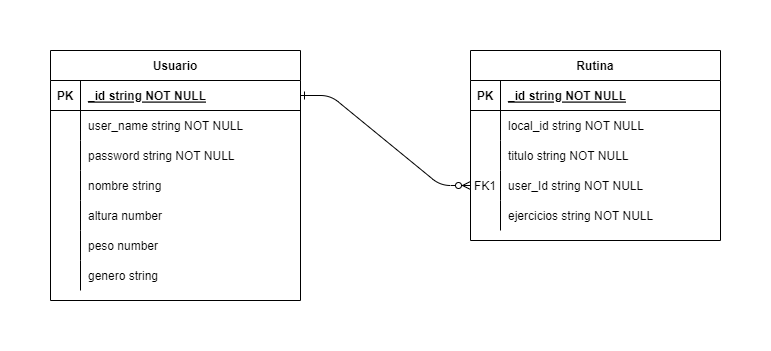
Before: assets/gymDiagram.drawio.png, a diagram exported from draw.io (Elias288/Gym_App). Source tidied: cells renumbered, new cells last; positions are measured from the earlier drawing's top-left corner, leaving out a move shared by most shapes.
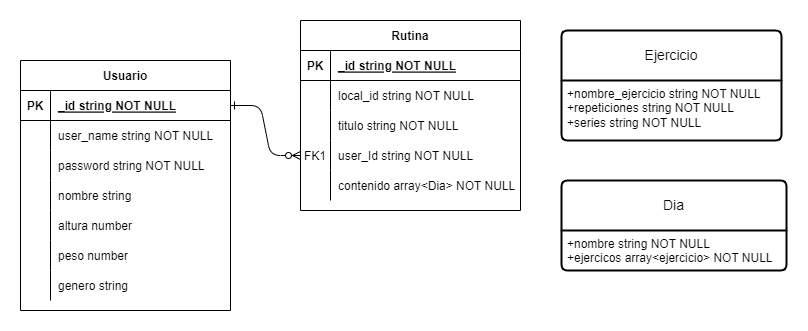
After the commit.

Diff of the diagram source:
```diff
@@ -2,122 +2,134 @@
   <root>
     <mxCell id="0" />
     <mxCell id="1" parent="0" />
-    <mxCell id="2" style="edgeStyle=entityRelationEdgeStyle;endArrow=ERzeroToMany;startArrow=ERone;endFill=1;startFill=0;" parent="1" edge="1" source="20" target="13">
-      <mxGeometry relative="1" as="geometry" />
-    </mxCell>
+    <mxCell id="41" style="edgeStyle=entityRelationEdgeStyle;endArrow=ERzeroToMany;startArrow=ERone;endFill=1;startFill=0;" parent="1" edge="1" source="42" target="62">
+      <mxGeometry relative="1" as="geometry" />
+    </mxCell>
+    <mxCell id="19" value="Usuario" style="shape=table;startSize=30;rowLines=0;fontStyle=1;align=center;" parent="1" vertex="1">
+      <mxGeometry width="210" height="250" as="geometry" />
+    </mxCell>
+    <mxCell id="42" style="shape=partialRectangle;fillColor=none;points=[[0,0.5],[1,0.5]];portConstraint=eastwest;top=0;left=0;right=0;bottom=1;" parent="19" vertex="1">
+      <mxGeometry y="30" width="210" height="30" as="geometry" />
+    </mxCell>
+    <mxCell id="43" value="PK" style="shape=partialRectangle;overflow=hidden;fillColor=none;top=0;left=0;bottom=0;right=0;fontStyle=1;" parent="42" vertex="1">
+      <mxGeometry width="30" height="30" as="geometry" />
+    </mxCell>
+    <mxCell id="22" value="_id string NOT NULL " style="shape=partialRectangle;overflow=hidden;fillColor=none;top=0;left=0;bottom=0;right=0;align=left;spacingLeft=6;fontStyle=5;" parent="42" vertex="1">
+      <mxGeometry x="30" width="180" height="30" as="geometry" />
+    </mxCell>
+    <mxCell id="44" style="shape=partialRectangle;fillColor=none;top=0;left=0;right=0;bottom=0;" parent="19" vertex="1">
+      <mxGeometry y="60" width="210" height="30" as="geometry" />
+    </mxCell>
+    <mxCell id="45" style="shape=partialRectangle;overflow=hidden;fillColor=none;top=0;left=0;bottom=0;right=0;" parent="44" vertex="1">
+      <mxGeometry width="30" height="30" as="geometry" />
+    </mxCell>
+    <mxCell id="25" value="user_name string NOT NULL" style="shape=partialRectangle;overflow=hidden;fillColor=none;top=0;left=0;bottom=0;right=0;align=left;spacingLeft=6;" parent="44" vertex="1">
+      <mxGeometry x="30" width="180" height="30" as="geometry" />
+    </mxCell>
+    <mxCell id="46" style="shape=partialRectangle;fillColor=none;top=0;left=0;right=0;bottom=0;" parent="19" vertex="1">
+      <mxGeometry y="90" width="210" height="30" as="geometry" />
+    </mxCell>
+    <mxCell id="47" style="shape=partialRectangle;overflow=hidden;fillColor=none;top=0;left=0;bottom=0;right=0;" parent="46" vertex="1">
+      <mxGeometry width="30" height="30" as="geometry" />
+    </mxCell>
+    <mxCell id="28" value="password string NOT NULL" style="shape=partialRectangle;overflow=hidden;fillColor=none;top=0;left=0;bottom=0;right=0;align=left;spacingLeft=6;" parent="46" vertex="1">
+      <mxGeometry x="30" width="180" height="30" as="geometry" />
+    </mxCell>
+    <mxCell id="48" style="shape=partialRectangle;fillColor=none;top=0;left=0;right=0;bottom=0;" parent="19" vertex="1">
+      <mxGeometry y="120" width="210" height="30" as="geometry" />
+    </mxCell>
+    <mxCell id="49" style="shape=partialRectangle;overflow=hidden;fillColor=none;top=0;left=0;bottom=0;right=0;" parent="48" vertex="1">
+      <mxGeometry width="30" height="30" as="geometry" />
+    </mxCell>
+    <mxCell id="31" value="nombre string" style="shape=partialRectangle;overflow=hidden;fillColor=none;top=0;left=0;bottom=0;right=0;align=left;spacingLeft=6;" parent="48" vertex="1">
+      <mxGeometry x="30" width="180" height="30" as="geometry" />
+    </mxCell>
+    <mxCell id="50" style="shape=partialRectangle;fillColor=none;top=0;left=0;right=0;bottom=0;" parent="19" vertex="1">
+      <mxGeometry y="150" width="210" height="30" as="geometry" />
+    </mxCell>
+    <mxCell id="51" style="shape=partialRectangle;overflow=hidden;fillColor=none;top=0;left=0;bottom=0;right=0;" parent="50" vertex="1">
+      <mxGeometry width="30" height="30" as="geometry" />
+    </mxCell>
+    <mxCell id="34" value="altura number" style="shape=partialRectangle;overflow=hidden;fillColor=none;top=0;left=0;bottom=0;right=0;align=left;spacingLeft=6;" parent="50" vertex="1">
+      <mxGeometry x="30" width="180" height="30" as="geometry" />
+    </mxCell>
+    <mxCell id="52" style="shape=partialRectangle;fillColor=none;top=0;left=0;right=0;bottom=0;" parent="19" vertex="1">
+      <mxGeometry y="180" width="210" height="30" as="geometry" />
+    </mxCell>
+    <mxCell id="53" style="shape=partialRectangle;overflow=hidden;fillColor=none;top=0;left=0;bottom=0;right=0;" parent="52" vertex="1">
+      <mxGeometry width="30" height="30" as="geometry" />
+    </mxCell>
+    <mxCell id="37" value="peso number" style="shape=partialRectangle;overflow=hidden;fillColor=none;top=0;left=0;bottom=0;right=0;align=left;spacingLeft=6;" parent="52" vertex="1">
+      <mxGeometry x="30" width="180" height="30" as="geometry" />
+    </mxCell>
+    <mxCell id="54" style="shape=partialRectangle;fillColor=none;top=0;left=0;right=0;bottom=0;" parent="19" vertex="1">
+      <mxGeometry y="210" width="210" height="30" as="geometry" />
+    </mxCell>
+    <mxCell id="55" style="shape=partialRectangle;overflow=hidden;fillColor=none;top=0;left=0;bottom=0;right=0;" parent="54" vertex="1">
+      <mxGeometry width="30" height="30" as="geometry" />
+    </mxCell>
+    <mxCell id="40" value="genero string" style="shape=partialRectangle;overflow=hidden;fillColor=none;top=0;left=0;bottom=0;right=0;align=left;spacingLeft=6;" parent="54" vertex="1">
+      <mxGeometry x="30" width="180" height="30" as="geometry" />
+    </mxCell>
     <mxCell id="3" value="Rutina" style="shape=table;startSize=30;rowLines=0;fontStyle=1;align=center;" parent="1" vertex="1">
-      <mxGeometry x="420" width="250" height="190" as="geometry" />
+      <mxGeometry x="280" y="-40" width="220" height="190" as="geometry" />
     </mxCell>
-    <mxCell id="4" style="shape=partialRectangle;fillColor=none;top=0;left=0;right=0;bottom=1;" parent="3" vertex="1">
-      <mxGeometry y="30" width="250" height="30" as="geometry" />
-    </mxCell>
-    <mxCell id="5" value="PK" style="shape=partialRectangle;overflow=hidden;fillColor=none;top=0;left=0;bottom=0;right=0;fontStyle=1;" parent="4" vertex="1">
-      <mxGeometry width="30" height="30" as="geometry" />
-    </mxCell>
+    <mxCell id="56" style="shape=partialRectangle;fillColor=none;top=0;left=0;right=0;bottom=1;" parent="3" vertex="1">
+      <mxGeometry y="30" width="220" height="30" as="geometry" />
+    </mxCell>
+    <mxCell id="57" value="PK" style="shape=partialRectangle;overflow=hidden;fillColor=none;top=0;left=0;bottom=0;right=0;fontStyle=1;" parent="56" vertex="1">
+      <mxGeometry width="30" height="30" as="geometry" />
+    </mxCell>
-    <mxCell id="6" value="_id string NOT NULL " style="shape=partialRectangle;overflow=hidden;fillColor=none;top=0;left=0;bottom=0;right=0;align=left;spacingLeft=6;fontStyle=5;" parent="4" vertex="1">
-      <mxGeometry x="30" width="220" height="30" as="geometry" />
+    <mxCell id="6" value="_id string NOT NULL " style="shape=partialRectangle;overflow=hidden;fillColor=none;top=0;left=0;bottom=0;right=0;align=left;spacingLeft=6;fontStyle=5;" parent="56" vertex="1">
+      <mxGeometry x="30" width="190" height="30" as="geometry" />
     </mxCell>
-    <mxCell id="7" style="shape=partialRectangle;fillColor=none;top=0;left=0;right=0;bottom=0;" parent="3" vertex="1">
-      <mxGeometry y="60" width="250" height="30" as="geometry" />
-    </mxCell>
-    <mxCell id="8" style="shape=partialRectangle;overflow=hidden;fillColor=none;top=0;left=0;bottom=0;right=0;" parent="7" vertex="1">
-      <mxGeometry width="30" height="30" as="geometry" />
-    </mxCell>
+    <mxCell id="58" style="shape=partialRectangle;fillColor=none;top=0;left=0;right=0;bottom=0;" parent="3" vertex="1">
+      <mxGeometry y="60" width="220" height="30" as="geometry" />
+    </mxCell>
+    <mxCell id="59" style="shape=partialRectangle;overflow=hidden;fillColor=none;top=0;left=0;bottom=0;right=0;" parent="58" vertex="1">
+      <mxGeometry width="30" height="30" as="geometry" />
+    </mxCell>
-    <mxCell id="9" value="local_id string NOT NULL" style="shape=partialRectangle;overflow=hidden;fillColor=none;top=0;left=0;bottom=0;right=0;align=left;spacingLeft=6;" parent="7" vertex="1">
-      <mxGeometry x="30" width="220" height="30" as="geometry" />
+    <mxCell id="9" value="local_id string NOT NULL" style="shape=partialRectangle;overflow=hidden;fillColor=none;top=0;left=0;bottom=0;right=0;align=left;spacingLeft=6;" parent="58" vertex="1">
+      <mxGeometry x="30" width="190" height="30" as="geometry" />
     </mxCell>
-    <mxCell id="10" style="shape=partialRectangle;fillColor=none;top=0;left=0;right=0;bottom=0;" parent="3" vertex="1">
-      <mxGeometry y="90" width="250" height="30" as="geometry" />
-    </mxCell>
-    <mxCell id="11" style="shape=partialRectangle;overflow=hidden;fillColor=none;top=0;left=0;bottom=0;right=0;" parent="10" vertex="1">
-      <mxGeometry width="30" height="30" as="geometry" />
-    </mxCell>
+    <mxCell id="60" style="shape=partialRectangle;fillColor=none;top=0;left=0;right=0;bottom=0;" parent="3" vertex="1">
+      <mxGeometry y="90" width="220" height="30" as="geometry" />
+    </mxCell>
+    <mxCell id="61" style="shape=partialRectangle;overflow=hidden;fillColor=none;top=0;left=0;bottom=0;right=0;" parent="60" vertex="1">
+      <mxGeometry width="30" height="30" as="geometry" />
+    </mxCell>
-    <mxCell id="12" value="titulo string NOT NULL" style="shape=partialRectangle;overflow=hidden;fillColor=none;top=0;left=0;bottom=0;right=0;align=left;spacingLeft=6;" parent="10" vertex="1">
-      <mxGeometry x="30" width="220" height="30" as="geometry" />
+    <mxCell id="12" value="titulo string NOT NULL" style="shape=partialRectangle;overflow=hidden;fillColor=none;top=0;left=0;bottom=0;right=0;align=left;spacingLeft=6;" parent="60" vertex="1">
+      <mxGeometry x="30" width="190" height="30" as="geometry" />
     </mxCell>
-    <mxCell id="13" style="shape=partialRectangle;fillColor=none;points=[[0,0.5],[1,0.5]];portConstraint=eastwest;top=0;left=0;right=0;bottom=0;" parent="3" vertex="1">
-      <mxGeometry y="120" width="250" height="30" as="geometry" />
-    </mxCell>
+    <mxCell id="62" style="shape=partialRectangle;fillColor=none;points=[[0,0.5],[1,0.5]];portConstraint=eastwest;top=0;left=0;right=0;bottom=0;" parent="3" vertex="1">
+      <mxGeometry y="120" width="220" height="30" as="geometry" />
+    </mxCell>
-    <mxCell id="14" value="FK1" style="shape=partialRectangle;overflow=hidden;fillColor=none;top=0;left=0;bottom=0;right=0;" parent="13" vertex="1">
+    <mxCell id="14" value="FK1" style="shape=partialRectangle;overflow=hidden;fillColor=none;top=0;left=0;bottom=0;right=0;" parent="62" vertex="1">
       <mxGeometry width="30" height="30" as="geometry" />
     </mxCell>
-    <mxCell id="15" value="user_Id string NOT NULL" style="shape=partialRectangle;overflow=hidden;fillColor=none;top=0;left=0;bottom=0;right=0;align=left;spacingLeft=6;" parent="13" vertex="1">
-      <mxGeometry x="30" width="220" height="30" as="geometry" />
+    <mxCell id="15" value="user_Id string NOT NULL" style="shape=partialRectangle;overflow=hidden;fillColor=none;top=0;left=0;bottom=0;right=0;align=left;spacingLeft=6;" parent="62" vertex="1">
+      <mxGeometry x="30" width="190" height="30" as="geometry" />
     </mxCell>
-    <mxCell id="16" style="shape=partialRectangle;fillColor=none;top=0;left=0;right=0;bottom=0;" parent="3" vertex="1">
-      <mxGeometry y="150" width="250" height="30" as="geometry" />
-    </mxCell>
-    <mxCell id="17" style="shape=partialRectangle;overflow=hidden;fillColor=none;top=0;left=0;bottom=0;right=0;" parent="16" vertex="1">
-      <mxGeometry width="30" height="30" as="geometry" />
-    </mxCell>
-    <mxCell id="18" value="ejercicios string NOT NULL" style="shape=partialRectangle;overflow=hidden;fillColor=none;top=0;left=0;bottom=0;right=0;align=left;spacingLeft=6;" parent="16" vertex="1">
-      <mxGeometry x="30" width="220" height="30" as="geometry" />
-    </mxCell>
-    <mxCell id="19" value="Usuario" style="shape=table;startSize=30;rowLines=0;fontStyle=1;align=center;" parent="1" vertex="1">
-      <mxGeometry width="250" height="250" as="geometry" />
-    </mxCell>
-    <mxCell id="20" style="shape=partialRectangle;fillColor=none;points=[[0,0.5],[1,0.5]];portConstraint=eastwest;top=0;left=0;right=0;bottom=1;" parent="19" vertex="1">
-      <mxGeometry y="30" width="250" height="30" as="geometry" />
-    </mxCell>
-    <mxCell id="21" value="PK" style="shape=partialRectangle;overflow=hidden;fillColor=none;top=0;left=0;bottom=0;right=0;fontStyle=1;" parent="20" vertex="1">
-      <mxGeometry width="30" height="30" as="geometry" />
-    </mxCell>
-    <mxCell id="22" value="_id string NOT NULL " style="shape=partialRectangle;overflow=hidden;fillColor=none;top=0;left=0;bottom=0;right=0;align=left;spacingLeft=6;fontStyle=5;" parent="20" vertex="1">
-      <mxGeometry x="30" width="220" height="30" as="geometry" />
-    </mxCell>
-    <mxCell id="23" style="shape=partialRectangle;fillColor=none;top=0;left=0;right=0;bottom=0;" parent="19" vertex="1">
-      <mxGeometry y="60" width="250" height="30" as="geometry" />
-    </mxCell>
-    <mxCell id="24" style="shape=partialRectangle;overflow=hidden;fillColor=none;top=0;left=0;bottom=0;right=0;" parent="23" vertex="1">
-      <mxGeometry width="30" height="30" as="geometry" />
-    </mxCell>
-    <mxCell id="25" value="user_name string NOT NULL" style="shape=partialRectangle;overflow=hidden;fillColor=none;top=0;left=0;bottom=0;right=0;align=left;spacingLeft=6;" parent="23" vertex="1">
-      <mxGeometry x="30" width="220" height="30" as="geometry" />
-    </mxCell>
-    <mxCell id="26" style="shape=partialRectangle;fillColor=none;top=0;left=0;right=0;bottom=0;" parent="19" vertex="1">
-      <mxGeometry y="90" width="250" height="30" as="geometry" />
-    </mxCell>
-    <mxCell id="27" style="shape=partialRectangle;overflow=hidden;fillColor=none;top=0;left=0;bottom=0;right=0;" parent="26" vertex="1">
-      <mxGeometry width="30" height="30" as="geometry" />
-    </mxCell>
-    <mxCell id="28" value="password string NOT NULL" style="shape=partialRectangle;overflow=hidden;fillColor=none;top=0;left=0;bottom=0;right=0;align=left;spacingLeft=6;" parent="26" vertex="1">
-      <mxGeometry x="30" width="220" height="30" as="geometry" />
-    </mxCell>
-    <mxCell id="29" style="shape=partialRectangle;fillColor=none;top=0;left=0;right=0;bottom=0;" parent="19" vertex="1">
-      <mxGeometry y="120" width="250" height="30" as="geometry" />
-    </mxCell>
-    <mxCell id="30" style="shape=partialRectangle;overflow=hidden;fillColor=none;top=0;left=0;bottom=0;right=0;" parent="29" vertex="1">
-      <mxGeometry width="30" height="30" as="geometry" />
-    </mxCell>
-    <mxCell id="31" value="nombre string" style="shape=partialRectangle;overflow=hidden;fillColor=none;top=0;left=0;bottom=0;right=0;align=left;spacingLeft=6;" parent="29" vertex="1">
-      <mxGeometry x="30" width="220" height="30" as="geometry" />
-    </mxCell>
-    <mxCell id="32" style="shape=partialRectangle;fillColor=none;top=0;left=0;right=0;bottom=0;" parent="19" vertex="1">
-      <mxGeometry y="150" width="250" height="30" as="geometry" />
-    </mxCell>
-    <mxCell id="33" style="shape=partialRectangle;overflow=hidden;fillColor=none;top=0;left=0;bottom=0;right=0;" parent="32" vertex="1">
-      <mxGeometry width="30" height="30" as="geometry" />
-    </mxCell>
-    <mxCell id="34" value="altura number" style="shape=partialRectangle;overflow=hidden;fillColor=none;top=0;left=0;bottom=0;right=0;align=left;spacingLeft=6;" parent="32" vertex="1">
-      <mxGeometry x="30" width="220" height="30" as="geometry" />
-    </mxCell>
-    <mxCell id="35" style="shape=partialRectangle;fillColor=none;top=0;left=0;right=0;bottom=0;" parent="19" vertex="1">
-      <mxGeometry y="180" width="250" height="30" as="geometry" />
-    </mxCell>
-    <mxCell id="36" style="shape=partialRectangle;overflow=hidden;fillColor=none;top=0;left=0;bottom=0;right=0;" parent="35" vertex="1">
-      <mxGeometry width="30" height="30" as="geometry" />
-    </mxCell>
-    <mxCell id="37" value="peso number" style="shape=partialRectangle;overflow=hidden;fillColor=none;top=0;left=0;bottom=0;right=0;align=left;spacingLeft=6;" parent="35" vertex="1">
-      <mxGeometry x="30" width="220" height="30" as="geometry" />
-    </mxCell>
-    <mxCell id="38" style="shape=partialRectangle;fillColor=none;top=0;left=0;right=0;bottom=0;" parent="19" vertex="1">
-      <mxGeometry y="210" width="250" height="30" as="geometry" />
-    </mxCell>
-    <mxCell id="39" style="shape=partialRectangle;overflow=hidden;fillColor=none;top=0;left=0;bottom=0;right=0;" parent="38" vertex="1">
-      <mxGeometry width="30" height="30" as="geometry" />
-    </mxCell>
-    <mxCell id="40" value="genero string" style="shape=partialRectangle;overflow=hidden;fillColor=none;top=0;left=0;bottom=0;right=0;align=left;spacingLeft=6;" parent="38" vertex="1">
-      <mxGeometry x="30" width="220" height="30" as="geometry" />
-    </mxCell>
+    <mxCell id="63" style="shape=partialRectangle;fillColor=none;top=0;left=0;right=0;bottom=0;" parent="3" vertex="1">
+      <mxGeometry y="150" width="220" height="30" as="geometry" />
+    </mxCell>
+    <mxCell id="64" style="shape=partialRectangle;overflow=hidden;fillColor=none;top=0;left=0;bottom=0;right=0;" parent="63" vertex="1">
+      <mxGeometry width="30" height="30" as="geometry" />
+    </mxCell>
+    <mxCell id="65" value="contenido array&lt;Dia&gt; NOT NULL" style="shape=partialRectangle;overflow=hidden;fillColor=none;top=0;left=0;bottom=0;right=0;align=left;spacingLeft=6;" parent="63" vertex="1">
+      <mxGeometry x="30" width="190" height="30" as="geometry" />
+    </mxCell>
+    <mxCell id="66" value="Ejercicio" style="swimlane;horizontal=1;startSize=50;rounded=1;fontSize=14;fontStyle=0;strokeWidth=2;shadow=0;dashed=0;align=center;arcSize=4;whiteSpace=wrap;html=1;" parent="1" vertex="1">
+      <mxGeometry x="541" y="-30" width="220" height="110" as="geometry" />
+    </mxCell>
+    <mxCell id="67" value="+nombre_ejercicio string NOT NULL&lt;br&gt;+repeticiones string NOT NULL&lt;br&gt;+series string NOT NULL" style="align=left;strokeColor=none;fillColor=none;spacingLeft=4;fontSize=12;verticalAlign=top;html=1;" parent="66" vertex="1">
+      <mxGeometry y="50" width="220" height="60" as="geometry" />
+    </mxCell>
+    <mxCell id="68" value="Dia" style="swimlane;horizontal=1;startSize=50;rounded=1;fontSize=14;fontStyle=0;strokeWidth=2;shadow=0;dashed=0;align=center;arcSize=4;whiteSpace=wrap;html=1;" parent="1" vertex="1">
+      <mxGeometry x="541" y="120" width="225" height="90" as="geometry" />
+    </mxCell>
+    <mxCell id="69" value="+nombre string NOT NULL&lt;br&gt;+ejercicos array&amp;lt;ejercicio&amp;gt; NOT NULL" style="align=left;strokeColor=none;fillColor=none;spacingLeft=4;fontSize=12;verticalAlign=top;html=1;" parent="68" vertex="1">
+      <mxGeometry y="50" width="225" height="40" as="geometry" />
+    </mxCell>
   </root>
 </mxGraphModel>
```
